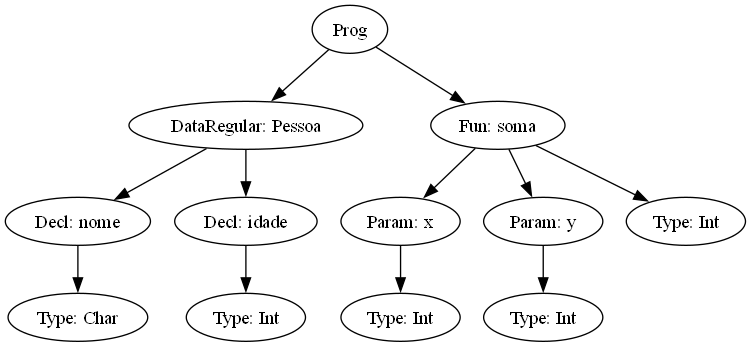
Earlier version of the Graphviz export antlr/ast.png (Maycdouglas/trabalhoCompiladores). Its source is kept beside it as antlr/ast.dot. The source it was exported from:
```dot
digraph AST {
"Prog914504136" [label="Prog"];
"DataRegular2085857771" [label="DataRegular: Pessoa"];
"Prog914504136" -> "DataRegular2085857771";
"Decl248609774" [label="Decl: nome"];
"DataRegular2085857771" -> "Decl248609774";
"Type708049632" [label="Type: Char"];
"Decl248609774" -> "Type708049632";
"Decl1887400018" [label="Decl: idade"];
"DataRegular2085857771" -> "Decl1887400018";
"Type285377351" [label="Type: Int"];
"Decl1887400018" -> "Type285377351";
"Fun344560770" [label="Fun: soma"];
"Prog914504136" -> "Fun344560770";
"Param559450121" [label="Param: x"];
"Fun344560770" -> "Param559450121";
"Type716083600" [label="Type: Int"];
"Param559450121" -> "Type716083600";
"Param791885625" [label="Param: y"];
"Fun344560770" -> "Param791885625";
"Type2001112025" [label="Type: Int"];
"Param791885625" -> "Type2001112025";
"Type314265080" [label="Type: Int"];
"Fun344560770" -> "Type314265080";
}
```
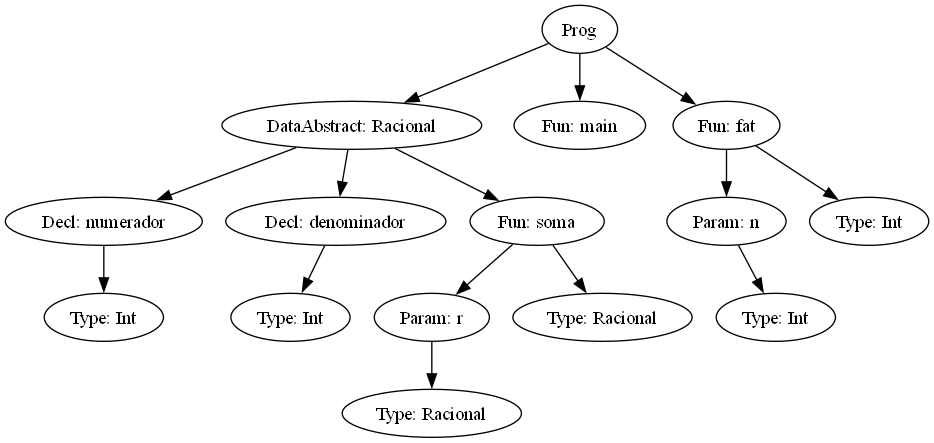
After the change.

The edit, as a diff of the source:
```diff
@@ -1,25 +1,31 @@
 digraph AST {
-"Prog914504136" [label="Prog"];
-"DataRegular2085857771" [label="DataRegular: Pessoa"];
-"Prog914504136" -> "DataRegular2085857771";
-"Decl248609774" [label="Decl: nome"];
-"DataRegular2085857771" -> "Decl248609774";
-"Type708049632" [label="Type: Char"];
-"Decl248609774" -> "Type708049632";
-"Decl1887400018" [label="Decl: idade"];
-"DataRegular2085857771" -> "Decl1887400018";
-"Type285377351" [label="Type: Int"];
-"Decl1887400018" -> "Type285377351";
-"Fun344560770" [label="Fun: soma"];
-"Prog914504136" -> "Fun344560770";
-"Param559450121" [label="Param: x"];
-"Fun344560770" -> "Param559450121";
-"Type716083600" [label="Type: Int"];
-"Param559450121" -> "Type716083600";
-"Param791885625" [label="Param: y"];
-"Fun344560770" -> "Param791885625";
-"Type2001112025" [label="Type: Int"];
-"Param791885625" -> "Type2001112025";
-"Type314265080" [label="Type: Int"];
-"Fun344560770" -> "Type314265080";
+"Prog325333723" [label="Prog"];
+"DataAbstract1782113663" [label="DataAbstract: Racional"];
+"Prog325333723" -> "DataAbstract1782113663";
+"Decl1433867275" [label="Decl: numerador"];
+"DataAbstract1782113663" -> "Decl1433867275";
+"Type476800120" [label="Type: Int"];
+"Decl1433867275" -> "Type476800120";
+"Decl1744347043" [label="Decl: denominador"];
+"DataAbstract1782113663" -> "Decl1744347043";
+"Type1254526270" [label="Type: Int"];
+"Decl1744347043" -> "Type1254526270";
+"Fun662441761" [label="Fun: soma"];
+"DataAbstract1782113663" -> "Fun662441761";
+"Param1618212626" [label="Param: r"];
+"Fun662441761" -> "Param1618212626";
+"Type1129670968" [label="Type: Racional"];
+"Param1618212626" -> "Type1129670968";
+"Type1023714065" [label="Type: Racional"];
+"Fun662441761" -> "Type1023714065";
+"Fun2051450519" [label="Fun: main"];
+"Prog325333723" -> "Fun2051450519";
+"Fun99747242" [label="Fun: fat"];
+"Prog325333723" -> "Fun99747242";
+"Param1837543557" [label="Param: n"];
+"Fun99747242" -> "Param1837543557";
+"Type1971489295" [label="Type: Int"];
+"Param1837543557" -> "Type1971489295";
+"Type985655350" [label="Type: Int"];
+"Fun99747242" -> "Type985655350";
 }
```
